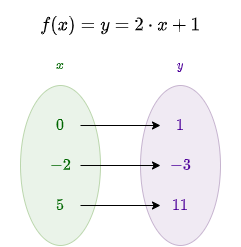
Earlier version of the draw.io export diagrams/function_definition.drawio.png (ryndovaira-org/data_science_lectures). Source tidied: cells renumbered, new cells last; positions are measured from the earlier drawing's top-left corner, leaving out a move shared by most shapes.
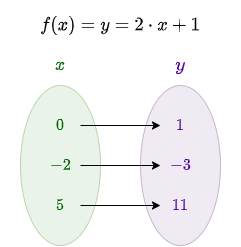
Above is the later version.

What changed in the source:
```diff
@@ -5,10 +5,10 @@
     <mxCell id="2" value="$$f(x) = y = 2 \cdot x + 1$$" style="text;html=1;strokeColor=none;fillColor=none;align=center;verticalAlign=middle;whiteSpace=wrap;rounded=0;fontSize=16;" parent="1" vertex="1">
       <mxGeometry width="240" height="40" as="geometry" />
     </mxCell>
-    <mxCell id="3" value="$$x$$" style="text;html=1;strokeColor=none;fillColor=none;align=center;verticalAlign=middle;whiteSpace=wrap;rounded=0;fontColor=#006600;" parent="1" vertex="1">
+    <mxCell id="3" value="$$x$$" style="text;html=1;strokeColor=none;fillColor=none;align=center;verticalAlign=middle;whiteSpace=wrap;rounded=0;fontColor=#006600;fontSize=16;" parent="1" vertex="1">
       <mxGeometry x="40" y="40" width="40" height="40" as="geometry" />
     </mxCell>
-    <mxCell id="4" value="$$y$$" style="text;html=1;strokeColor=none;fillColor=none;align=center;verticalAlign=middle;whiteSpace=wrap;rounded=0;fontColor=#4C0099;" parent="1" vertex="1">
+    <mxCell id="4" value="$$y$$" style="text;html=1;strokeColor=none;fillColor=none;align=center;verticalAlign=middle;whiteSpace=wrap;rounded=0;fontColor=#4C0099;fontSize=16;" parent="1" vertex="1">
       <mxGeometry x="160" y="40" width="40" height="40" as="geometry" />
     </mxCell>
     <mxCell id="5" style="ellipse;whiteSpace=wrap;html=1;fillColor=#e1d5e7;strokeColor=#9673a6;opacity=50;fontSize=14;" parent="1" vertex="1">
```
